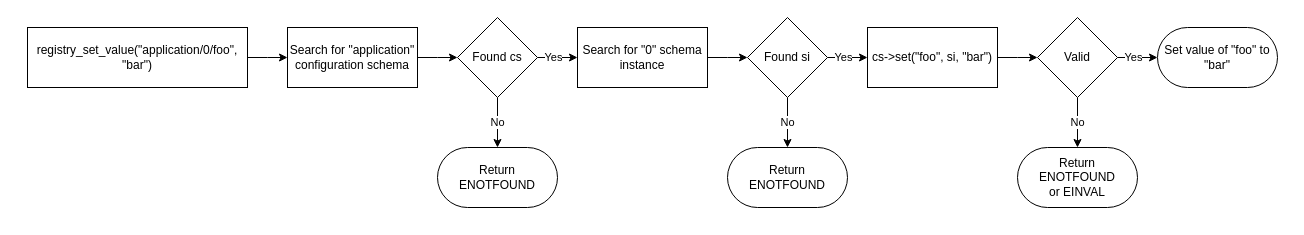
Above: doc/drawio/basic_behavioral_flow_set.drawio in LasseRosenow/riot-runtime-config (draw.io), before the change. Source tidied: cells renumbered, new cells numbered last; positions are measured from the earlier drawing's top-left corner, leaving out a move shared by most shapes. Both pictures are drawn from the tidied source at 100%, with x=0, y=0 at pixel (17, 17).
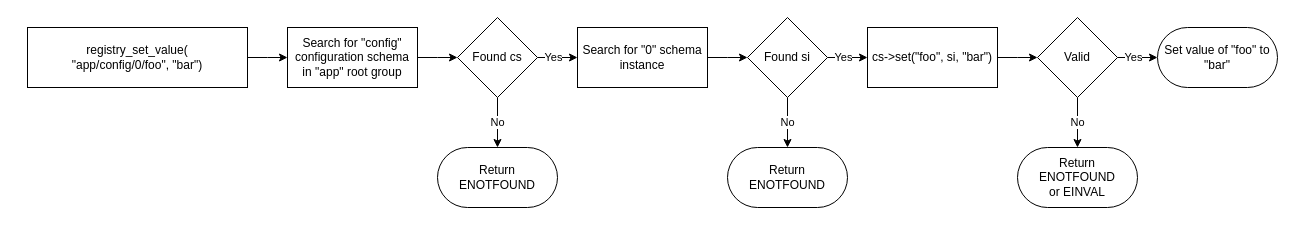
The same diagram, later.

The edit, as a diff of the source:
```diff
@@
-    <mxCell id="3" value="registry_set_value(&quot;application/0/foo&quot;, &quot;bar&quot;)" style="rounded=0;whiteSpace=wrap;html=1;" parent="1" vertex="1">
+    <mxCell id="3" value="registry_set_value(&lt;br&gt;&quot;app/config/0/foo&quot;, &quot;bar&quot;)" style="rounded=0;whiteSpace=wrap;html=1;" parent="1" vertex="1">
       <mxGeometry x="10" y="10" width="220" height="60" as="geometry" />
     </mxCell>
@@
-    <mxCell id="6" value="Search for &quot;application&quot; configuration schema" style="rounded=0;whiteSpace=wrap;html=1;" parent="1" vertex="1">
+    <mxCell id="6" value="Search for &quot;config&quot; configuration schema&lt;br&gt;in &quot;app&quot; root group" style="rounded=0;whiteSpace=wrap;html=1;" parent="1" vertex="1">
       <mxGeometry x="270" y="10" width="130" height="60" as="geometry" />
     </mxCell>
```
